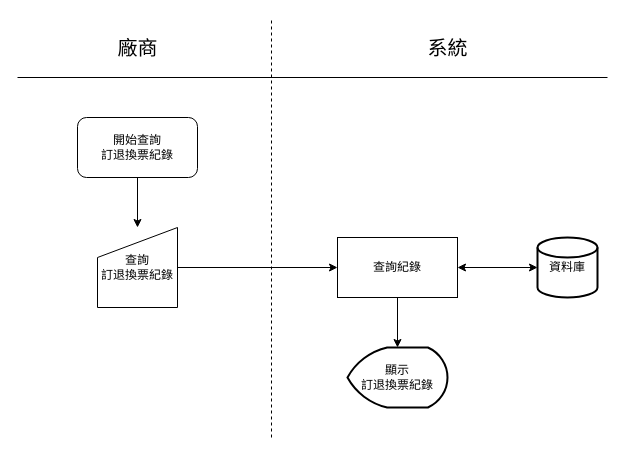
This is 流程圖/原檔/查詢訂退換票紀錄.drawio from TYChicode/deepbowl, a draw.io file, before an edit. Source tidied: cells renumbered, new cells numbered last; positions are measured from the earlier drawing's top-left corner, leaving out a move shared by most shapes. Both pictures are drawn from the tidied source at 100%, with x=0, y=0 at pixel (17, 17).
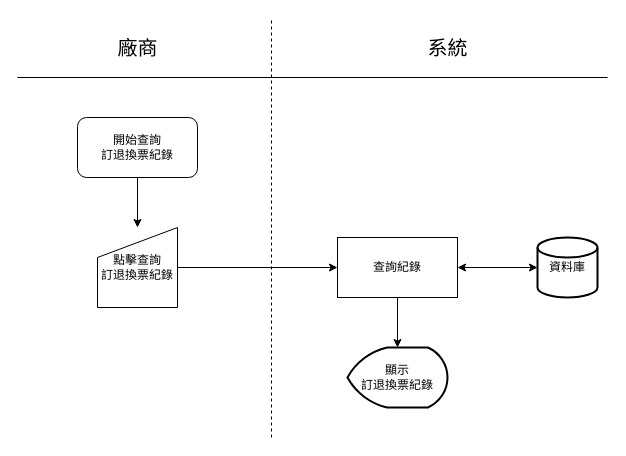
The same page after the edit.

What changed in the source:
```diff
@@
 <mxGraphModel>
   <root>
     <mxCell id="0" />
     <mxCell id="1" parent="0" />
     <mxCell id="2" value="&lt;font style=&quot;font-size: 20px&quot;&gt;廠商&lt;/font&gt;" style="text;html=1;align=center;verticalAlign=middle;" parent="1" vertex="1">
       <mxGeometry x="90" y="20" width="60" height="20" as="geometry" />
     </mxCell>
     <mxCell id="3" value="&lt;font style=&quot;font-size: 20px&quot;&gt;系統&lt;/font&gt;" style="text;html=1;align=center;verticalAlign=middle;" parent="1" vertex="1">
       <mxGeometry x="400" y="20" width="60" height="20" as="geometry" />
     </mxCell>
     <mxCell id="4" style="endArrow=none;dashed=1;html=1;" parent="1" edge="1">
       <mxGeometry relative="1" as="geometry">
         <mxPoint x="254" y="420" as="sourcePoint" />
         <mxPoint x="254" as="targetPoint" />
       </mxGeometry>
     </mxCell>
     <mxCell id="5" style="endArrow=none;html=1;" parent="1" edge="1">
       <mxGeometry relative="1" as="geometry">
         <mxPoint y="60" as="sourcePoint" />
         <mxPoint x="590" y="60" as="targetPoint" />
       </mxGeometry>
     </mxCell>
     <mxCell id="6" style="edgeStyle=orthogonalEdgeStyle;rounded=0;jettySize=auto;html=1;exitX=0.5;exitY=1;exitDx=0;exitDy=0;entryX=0.5;entryY=0;entryDx=0;entryDy=0;" parent="1" edge="1" source="7" target="9">
       <mxGeometry relative="1" as="geometry" />
     </mxCell>
     <mxCell id="7" value="開始查詢&lt;br&gt;訂退換票紀錄" style="rounded=1;whiteSpace=wrap;html=1;" parent="1" vertex="1">
       <mxGeometry x="60" y="100" width="120" height="60" as="geometry" />
     </mxCell>
     <mxCell id="8" style="edgeStyle=orthogonalEdgeStyle;rounded=0;jettySize=auto;html=1;exitX=1;exitY=0.5;exitDx=0;exitDy=0;entryX=0;entryY=0.5;entryDx=0;entryDy=0;" parent="1" edge="1" source="9" target="11">
       <mxGeometry relative="1" as="geometry" />
     </mxCell>
-    <mxCell id="9" value="查詢&lt;br&gt;訂退換票紀錄" style="shape=manualInput;whiteSpace=wrap;html=1;" parent="1" vertex="1">
+    <mxCell id="9" value="點擊查詢&lt;br&gt;訂退換票紀錄" style="shape=manualInput;whiteSpace=wrap;html=1;" parent="1" vertex="1">
       <mxGeometry x="80" y="210" width="80" height="80" as="geometry" />
     </mxCell>
     <mxCell id="10" style="edgeStyle=orthogonalEdgeStyle;rounded=0;jettySize=auto;html=1;exitX=0.5;exitY=1;exitDx=0;exitDy=0;entryX=0.5;entryY=0;entryDx=0;entryDy=0;entryPerimeter=0;" parent="1" edge="1" source="11" target="14">
       <mxGeometry relative="1" as="geometry" />
     </mxCell>
     <mxCell id="11" value="查詢紀錄" style="rounded=0;whiteSpace=wrap;html=1;" parent="1" vertex="1">
       <mxGeometry x="320" y="220" width="120" height="60" as="geometry" />
     </mxCell>
     <mxCell id="12" value="資料庫" style="strokeWidth=2;html=1;shape=mxgraph.flowchart.database;whiteSpace=wrap;" parent="1" vertex="1">
       <mxGeometry x="520" y="220" width="60" height="60" as="geometry" />
     </mxCell>
     <mxCell id="13" style="endArrow=classic;startArrow=classic;html=1;entryX=0;entryY=0.5;entryDx=0;entryDy=0;entryPerimeter=0;exitX=1;exitY=0.5;exitDx=0;exitDy=0;" parent="1" edge="1" source="11" target="12">
       <mxGeometry relative="1" as="geometry" />
     </mxCell>
     <mxCell id="14" value="顯示&lt;br&gt;訂退換票紀錄" style="strokeWidth=2;html=1;shape=mxgraph.flowchart.display;whiteSpace=wrap;" parent="1" vertex="1">
       <mxGeometry x="330" y="330" width="100" height="60" as="geometry" />
     </mxCell>
   </root>
 </mxGraphModel>
```
